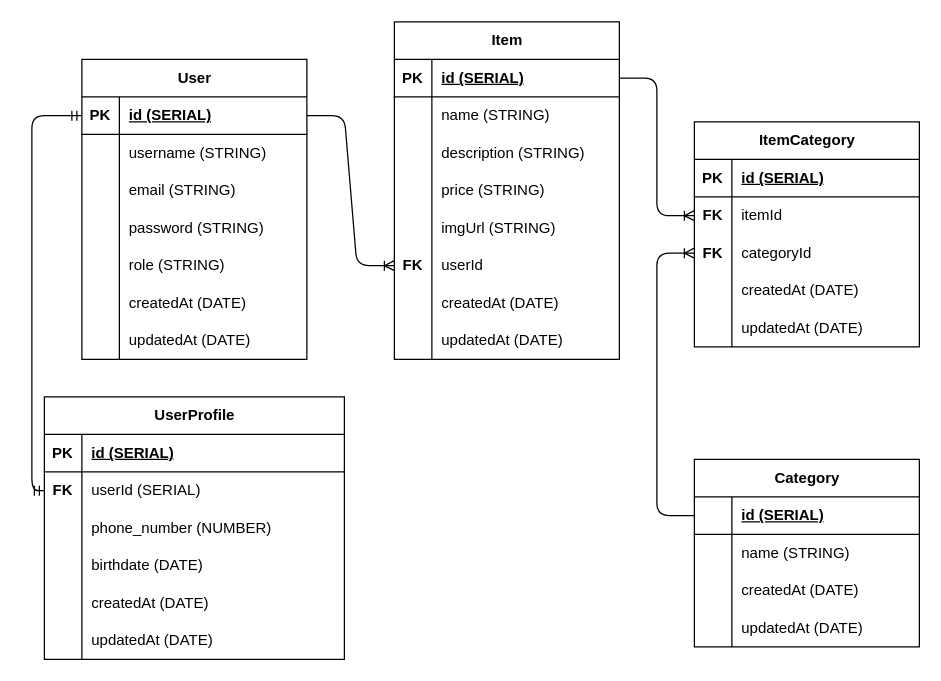
Before: diagram/schema.drawio in RILMANIA/pair_project, a draw.io diagram. Source tidied: cells renumbered, new cells numbered last; positions are measured from the earlier drawing's top-left corner, leaving out a move shared by most shapes. Both pictures are drawn from the tidied source at 125%, with x=0, y=0 at pixel (44, 21).
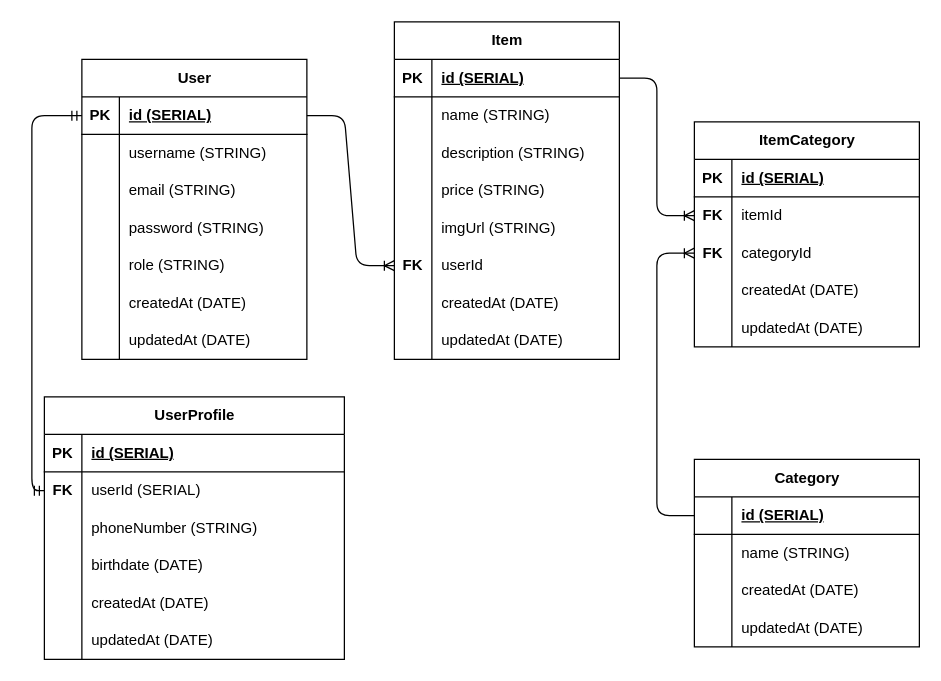
The same page after the edit.

Commit message:
change phoneNumber from NUMBER to STRING

Unchanged cells that the change refers to:
```xml
<mxCell id="70" style="shape=tableRow;horizontal=0;startSize=0;swimlaneHead=0;swimlaneBody=0;fillColor=none;top=0;left=0;right=0;bottom=0;" parent="63" vertex="1">
  <mxGeometry y="90" width="240" height="30" as="geometry" />
</mxCell>
```

The edit, as a diff of the source:
```diff
@@
-    <mxCell id="72" value="phone_number (NUMBER)" style="shape=partialRectangle;fillColor=none;top=0;left=0;bottom=0;right=0;align=left;spacingLeft=6;overflow=hidden;whiteSpace=wrap;html=1;" parent="70" vertex="1">
+    <mxCell id="72" value="phoneNumber (STRING)" style="shape=partialRectangle;fillColor=none;top=0;left=0;bottom=0;right=0;align=left;spacingLeft=6;overflow=hidden;whiteSpace=wrap;html=1;" parent="70" vertex="1">
       <mxGeometry x="30" width="210" height="30" as="geometry" />
     </mxCell>
```
